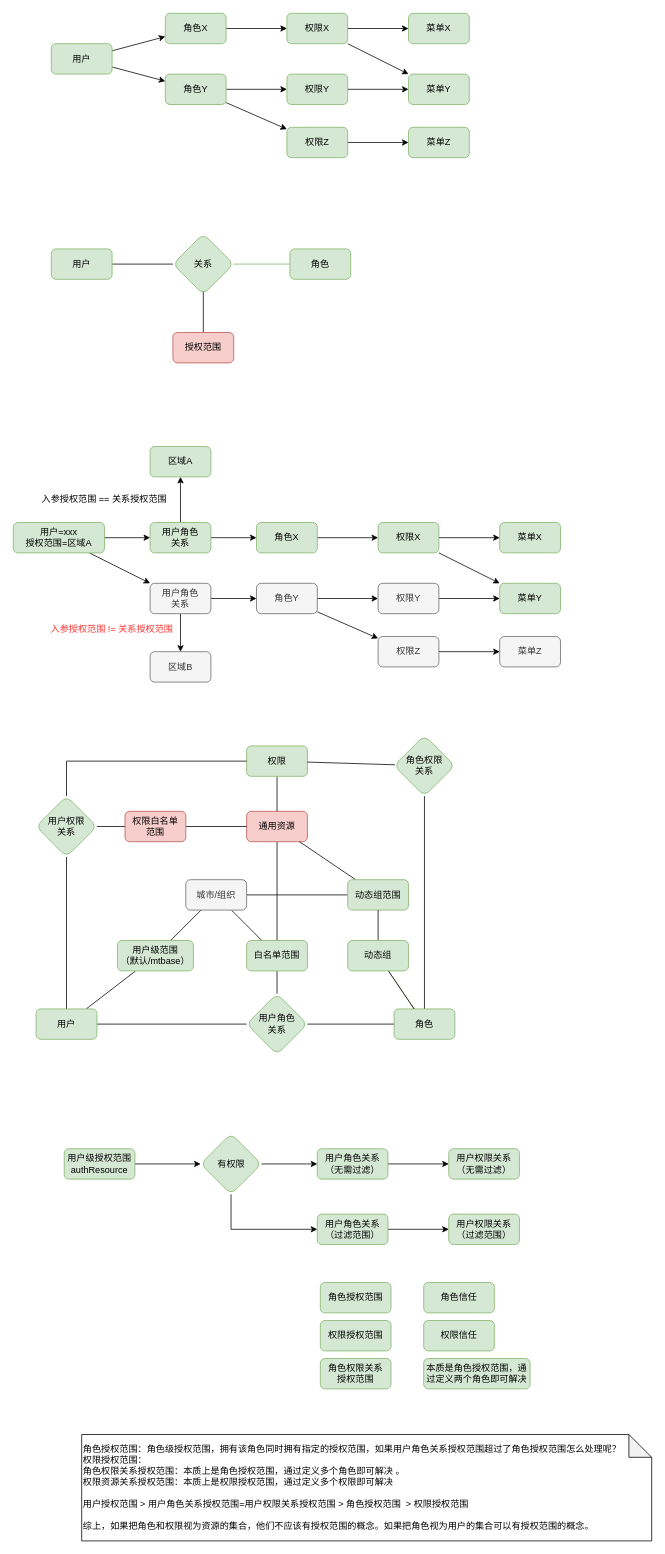
This is 多租户权限管理.drawio from yamilinqh/spicedb, a draw.io file, before an edit. Source tidied: cells renumbered, new cells numbered last; positions are measured from the earlier drawing's top-left corner, leaving out a move shared by most shapes. Both pictures are drawn from the tidied source at 76%, with x=0, y=0 at pixel (13, 13).
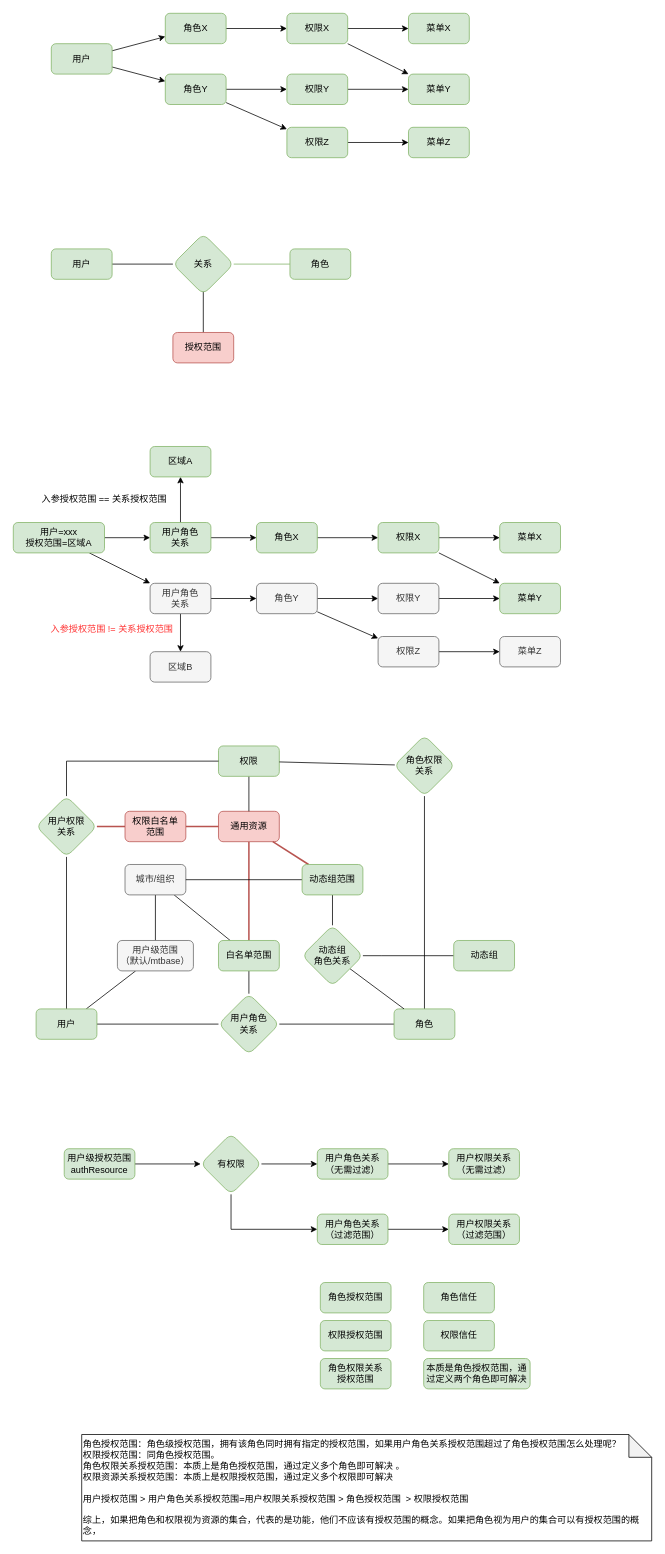
After the change.

Commit message:
Update 多租户权限管理.drawio

Unchanged cells that the change refers to:
```xml
<mxCell id="62" value="角色" style="rounded=1;whiteSpace=wrap;html=1;fillColor=#d5e8d4;strokeColor=#82b366;" parent="1" vertex="1">
  <mxGeometry x="501" y="1310" width="80" height="40" as="geometry" />
</mxCell>
<mxCell id="70" value="用户权限&lt;br&gt;关系" style="rhombus;whiteSpace=wrap;html=1;fillColor=#d5e8d4;strokeColor=#82b366;rounded=1;" parent="1" vertex="1">
  <mxGeometry x="30" y="1030" width="80" height="80" as="geometry" />
</mxCell>
<mxCell id="83" value="权限白名单&lt;br&gt;范围" style="rounded=1;whiteSpace=wrap;html=1;fillColor=#f8cecc;strokeColor=#b85450;" parent="1" vertex="1">
  <mxGeometry x="147" y="1050" width="80" height="40" as="geometry" />
</mxCell>
```

Diff of the diagram source:
```diff
@@
-    <mxCell id="61" style="edgeStyle=none;shape=connector;rounded=0;jettySize=auto;html=1;labelBackgroundColor=default;strokeColor=#82b366;align=center;verticalAlign=middle;fontFamily=Helvetica;fontSize=11;fontColor=default;endArrow=none;endFill=0;fillColor=#d5e8d4;" parent="1" edge="1" source="62" target="81">
-      <mxGeometry relative="1" as="geometry" />
-    </mxCell>
@@
-    <mxCell id="63" style="shape=connector;rounded=0;jettySize=auto;html=1;labelBackgroundColor=default;strokeColor=#000000;align=center;verticalAlign=middle;fontFamily=Helvetica;fontSize=11;fontColor=default;endArrow=none;endFill=0;fillColor=#d5e8d4;" parent="1" edge="1" source="75" target="65">
+    <mxCell id="63" style="shape=connector;rounded=0;jettySize=auto;html=1;labelBackgroundColor=default;strokeColor=#b85450;align=center;verticalAlign=middle;fontFamily=Helvetica;fontSize=11;fontColor=default;endArrow=none;endFill=0;fillColor=#f8cecc;strokeWidth=2;" parent="1" edge="1" source="75" target="65">
       <mxGeometry relative="1" as="geometry" />
     </mxCell>
     <mxCell id="64" value="用户角色&lt;br&gt;关系" style="rhombus;whiteSpace=wrap;html=1;fillColor=#d5e8d4;strokeColor=#82b366;rounded=1;" parent="1" vertex="1">
-      <mxGeometry x="307" y="1290" width="80" height="80" as="geometry" />
+      <mxGeometry x="270" y="1290" width="80" height="80" as="geometry" />
     </mxCell>
     <mxCell id="65" value="通用资源" style="rounded=1;whiteSpace=wrap;html=1;fillColor=#f8cecc;strokeColor=#b85450;" parent="1" vertex="1">
-      <mxGeometry x="307" y="1050" width="80" height="40" as="geometry" />
+      <mxGeometry x="270" y="1050" width="80" height="40" as="geometry" />
     </mxCell>
@@
     <mxCell id="67" value="权限" style="rounded=1;whiteSpace=wrap;html=1;fillColor=#d5e8d4;strokeColor=#82b366;" parent="1" vertex="1">
-      <mxGeometry x="307" y="964" width="80" height="40" as="geometry" />
+      <mxGeometry x="270" y="964" width="80" height="40" as="geometry" />
     </mxCell>
@@
-    <mxCell id="69" style="edgeStyle=none;shape=connector;rounded=0;jettySize=auto;html=1;labelBackgroundColor=default;strokeColor=#000000;align=center;verticalAlign=middle;fontFamily=Helvetica;fontSize=11;fontColor=default;endArrow=none;endFill=0;fillColor=#d5e8d4;exitX=1;exitY=0.5;exitDx=0;exitDy=0;" parent="1" edge="1" source="70" target="83">
+    <mxCell id="69" style="edgeStyle=none;shape=connector;rounded=0;jettySize=auto;html=1;labelBackgroundColor=default;strokeColor=#b85450;align=center;verticalAlign=middle;fontFamily=Helvetica;fontSize=11;fontColor=default;endArrow=none;endFill=0;fillColor=#f8cecc;exitX=1;exitY=0.5;exitDx=0;exitDy=0;strokeWidth=2;" parent="1" edge="1" source="70" target="83">
       <mxGeometry relative="1" as="geometry" />
     </mxCell>
@@
     <mxCell id="75" value="白名单范围" style="rounded=1;whiteSpace=wrap;html=1;fillColor=#d5e8d4;strokeColor=#82b366;" parent="1" vertex="1">
-      <mxGeometry x="307" y="1220" width="80" height="40" as="geometry" />
+      <mxGeometry x="270" y="1220" width="80" height="40" as="geometry" />
     </mxCell>
-    <mxCell id="76" style="shape=connector;rounded=0;jettySize=auto;html=1;labelBackgroundColor=default;strokeColor=#000000;align=center;verticalAlign=middle;fontFamily=Helvetica;fontSize=11;fontColor=default;endArrow=none;endFill=0;fillColor=#d5e8d4;" parent="1" edge="1" source="78" target="65">
+    <mxCell id="76" style="shape=connector;rounded=0;jettySize=auto;html=1;labelBackgroundColor=default;strokeColor=#b85450;align=center;verticalAlign=middle;fontFamily=Helvetica;fontSize=11;fontColor=default;endArrow=none;endFill=0;fillColor=#f8cecc;strokeWidth=2;" parent="1" edge="1" source="78" target="65">
       <mxGeometry relative="1" as="geometry" />
     </mxCell>
-    <mxCell id="77" style="edgeStyle=none;shape=connector;rounded=0;jettySize=auto;html=1;labelBackgroundColor=default;strokeColor=#000000;align=center;verticalAlign=middle;fontFamily=Helvetica;fontSize=11;fontColor=default;endArrow=none;endFill=0;fillColor=#d5e8d4;" parent="1" edge="1" source="78" target="86">
-      <mxGeometry relative="1" as="geometry" />
-    </mxCell>
-    <mxCell id="78" value="动态组范围" style="rounded=1;whiteSpace=wrap;html=1;fillColor=#d5e8d4;strokeColor=#82b366;" parent="1" vertex="1">
-      <mxGeometry x="440" y="1140" width="80" height="40" as="geometry" />
-    </mxCell>
-    <mxCell id="79" style="edgeStyle=none;shape=connector;rounded=0;jettySize=auto;html=1;entryX=0.5;entryY=1;entryDx=0;entryDy=0;labelBackgroundColor=default;strokeColor=#000000;align=center;verticalAlign=middle;fontFamily=Helvetica;fontSize=11;fontColor=default;endArrow=none;endFill=0;fillColor=#d5e8d4;" parent="1" edge="1" source="81" target="78">
-      <mxGeometry relative="1" as="geometry" />
-    </mxCell>
-    <mxCell id="80" style="edgeStyle=none;shape=connector;rounded=0;jettySize=auto;html=1;labelBackgroundColor=default;strokeColor=#000000;align=center;verticalAlign=middle;fontFamily=Helvetica;fontSize=11;fontColor=default;endArrow=none;endFill=0;fillColor=#d5e8d4;" parent="1" edge="1" source="81" target="62">
+    <mxCell id="80" style="edgeStyle=none;shape=connector;rounded=0;jettySize=auto;html=1;labelBackgroundColor=default;strokeColor=#000000;align=center;verticalAlign=middle;fontFamily=Helvetica;fontSize=11;fontColor=default;endArrow=none;endFill=0;fillColor=#d5e8d4;" parent="1" edge="1" source="107" target="62">
       <mxGeometry relative="1" as="geometry" />
     </mxCell>
-    <mxCell id="81" value="动态组" style="rounded=1;whiteSpace=wrap;html=1;fillColor=#d5e8d4;strokeColor=#82b366;" parent="1" vertex="1">
-      <mxGeometry x="440" y="1220" width="80" height="40" as="geometry" />
-    </mxCell>
-    <mxCell id="82" style="edgeStyle=none;shape=connector;rounded=0;jettySize=auto;html=1;labelBackgroundColor=default;strokeColor=#000000;align=center;verticalAlign=middle;fontFamily=Helvetica;fontSize=11;fontColor=default;endArrow=none;endFill=0;fillColor=#d5e8d4;" parent="1" edge="1" source="83" target="65">
+    <mxCell id="82" style="edgeStyle=none;shape=connector;rounded=0;jettySize=auto;html=1;labelBackgroundColor=default;strokeColor=#b85450;align=center;verticalAlign=middle;fontFamily=Helvetica;fontSize=11;fontColor=default;endArrow=none;endFill=0;fillColor=#f8cecc;strokeWidth=2;" parent="1" edge="1" source="83" target="65">
       <mxGeometry relative="1" as="geometry" />
     </mxCell>
@@
-    <mxCell id="85" value="用户级范围&lt;br style=&quot;border-color: var(--border-color);&quot;&gt;（默认/mtbase）" style="rounded=1;whiteSpace=wrap;html=1;fillColor=#d5e8d4;strokeColor=#82b366;" parent="1" vertex="1">
+    <mxCell id="85" value="用户级范围&lt;br style=&quot;border-color: var(--border-color);&quot;&gt;（默认/mtbase）" style="rounded=1;whiteSpace=wrap;html=1;fillColor=#f5f5f5;strokeColor=#666666;fontColor=#333333;" parent="1" vertex="1">
       <mxGeometry x="137" y="1220" width="100" height="40" as="geometry" />
     </mxCell>
     <mxCell id="86" value="城市/组织" style="rounded=1;whiteSpace=wrap;html=1;fillColor=#f5f5f5;strokeColor=#666666;fontColor=#333333;" parent="1" vertex="1">
-      <mxGeometry x="227" y="1140" width="80" height="40" as="geometry" />
+      <mxGeometry x="147" y="1120" width="80" height="40" as="geometry" />
     </mxCell>
@@
-    <mxCell id="104" value="角色授权范围：角色级授权范围，拥有该角色同时拥有指定的授权范围，如果用户角色关系授权范围超过了角色授权范围怎么处理呢？&lt;br&gt;权限授权范围：&lt;br&gt;角色权限关系授权范围：本质上是角色授权范围，通过定义多个角色即可解决 。&lt;br&gt;权限资源关系授权范围：本质上是权限授权范围，通过定义多个权限即可解决&lt;br&gt;&lt;br&gt;用户授权范围 &amp;gt; 用户角色关系授权范围=用户权限关系授权范围 &amp;gt; 角色授权范围&amp;nbsp; &amp;gt; 权限授权范围&lt;br&gt;&lt;br&gt;综上，如果把角色和权限视为资源的集合，他们不应该有授权范围的概念。如果把角色视为用户的集合可以有授权范围的概念。" style="shape=note;whiteSpace=wrap;html=1;backgroundOutline=1;darkOpacity=0.05;align=left;" parent="1" vertex="1">
+    <mxCell id="104" value="角色授权范围：角色级授权范围，拥有该角色同时拥有指定的授权范围，如果用户角色关系授权范围超过了角色授权范围怎么处理呢？&lt;br&gt;权限授权范围：同角色授权范围。&lt;br&gt;角色权限关系授权范围：本质上是角色授权范围，通过定义多个角色即可解决 。&lt;br&gt;权限资源关系授权范围：本质上是权限授权范围，通过定义多个权限即可解决&lt;br&gt;&lt;br&gt;用户授权范围 &amp;gt; 用户角色关系授权范围=用户权限关系授权范围 &amp;gt; 角色授权范围&amp;nbsp; &amp;gt; 权限授权范围&lt;br&gt;&lt;br&gt;综上，如果把角色和权限视为资源的集合，代表的是功能，他们不应该有授权范围的概念。如果把角色视为用户的集合可以有授权范围的概念，" style="shape=note;whiteSpace=wrap;html=1;backgroundOutline=1;darkOpacity=0.05;align=left;" parent="1" vertex="1">
       <mxGeometry x="90" y="1870" width="750" height="140" as="geometry" />
     </mxCell>
+    <mxCell id="77" style="shape=connector;rounded=0;jettySize=auto;html=1;labelBackgroundColor=default;strokeColor=default;align=center;verticalAlign=middle;fontFamily=Helvetica;fontSize=11;fontColor=default;endArrow=none;endFill=0;" parent="1" edge="1" source="78" target="86">
+      <mxGeometry relative="1" as="geometry" />
+    </mxCell>
+    <mxCell id="105" style="edgeStyle=orthogonalEdgeStyle;shape=connector;rounded=0;jettySize=auto;html=1;labelBackgroundColor=default;strokeColor=default;align=center;verticalAlign=middle;fontFamily=Helvetica;fontSize=11;fontColor=default;endArrow=none;endFill=0;" parent="1" edge="1" source="78" target="107">
+      <mxGeometry relative="1" as="geometry">
+        <Array as="points">
+          <mxPoint x="420" y="1160" />
+        </Array>
+      </mxGeometry>
+    </mxCell>
+    <mxCell id="78" value="动态组范围" style="rounded=1;whiteSpace=wrap;html=1;fillColor=#d5e8d4;strokeColor=#82b366;" parent="1" vertex="1">
+      <mxGeometry x="380" y="1120" width="80" height="40" as="geometry" />
+    </mxCell>
+    <mxCell id="106" style="edgeStyle=orthogonalEdgeStyle;shape=connector;rounded=0;jettySize=auto;html=1;labelBackgroundColor=default;strokeColor=default;align=center;verticalAlign=middle;fontFamily=Helvetica;fontSize=11;fontColor=default;endArrow=none;endFill=0;" parent="1" edge="1" source="107" target="81">
+      <mxGeometry relative="1" as="geometry">
+        <Array as="points">
+          <mxPoint x="484" y="1240" />
+        </Array>
+      </mxGeometry>
+    </mxCell>
+    <mxCell id="107" value="动态组&lt;br&gt;角色关系" style="rhombus;whiteSpace=wrap;html=1;fillColor=#d5e8d4;strokeColor=#82b366;rounded=1;" parent="1" vertex="1">
+      <mxGeometry x="380" y="1200" width="80" height="80" as="geometry" />
+    </mxCell>
+    <mxCell id="81" value="动态组" style="rounded=1;whiteSpace=wrap;html=1;fillColor=#d5e8d4;strokeColor=#82b366;" parent="1" vertex="1">
+      <mxGeometry x="579.5" y="1220" width="80" height="40" as="geometry" />
+    </mxCell>
```
